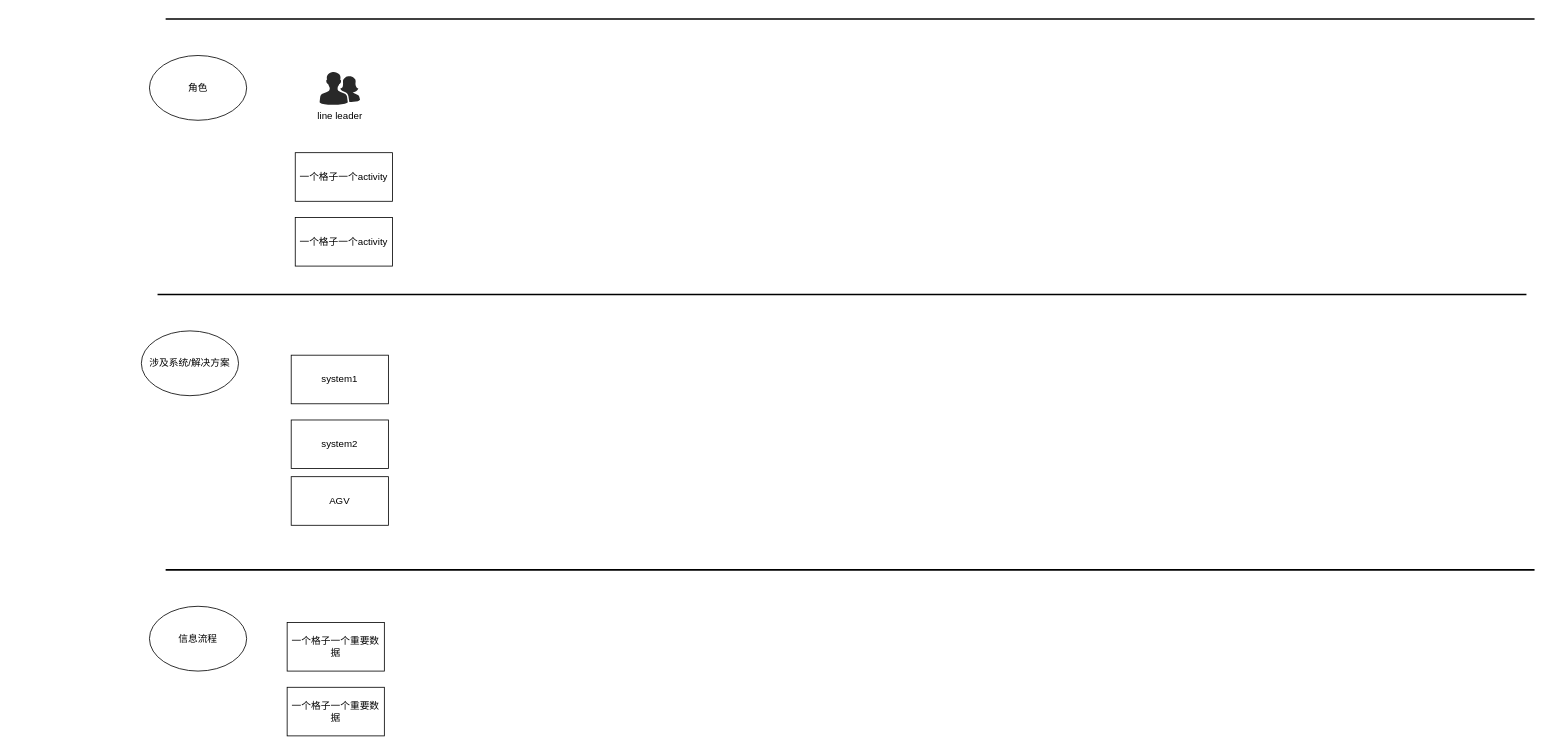
This is information_automation.drawio from shenliliaff/VTTJIT, a draw.io file, before an edit. Source tidied: cells renumbered, new cells numbered last; positions are measured from the earlier drawing's top-left corner, leaving out a move shared by most shapes. Both pictures are drawn from the tidied source at 81%, with x=0, y=0 at pixel (141, 15).
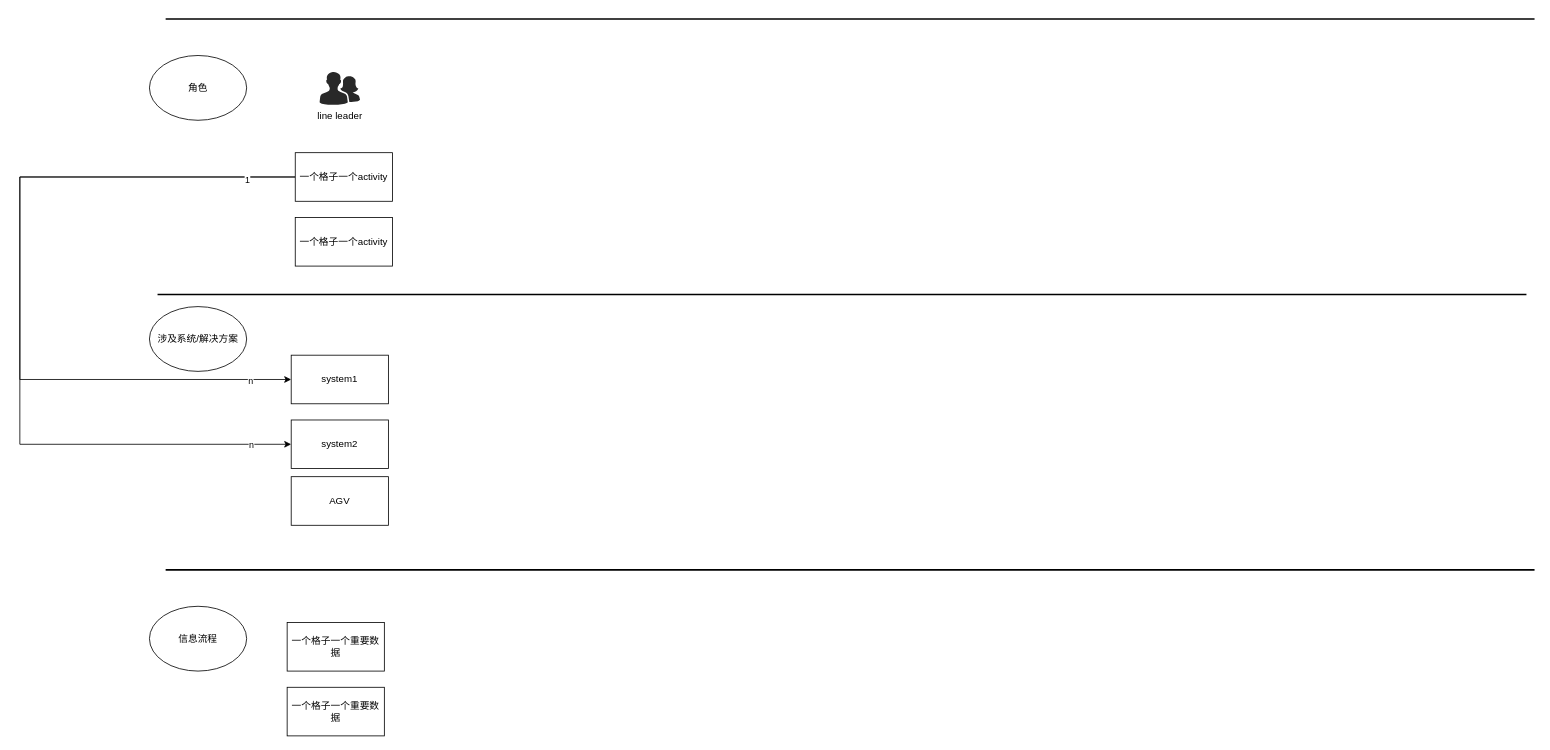
The same page after the edit.

Unchanged cells that the change refers to:
```xml
<mxCell id="5" value="一个格子一个activity" style="rounded=0;whiteSpace=wrap;html=1;" parent="1" vertex="1">
  <mxGeometry x="190" y="170" width="120" height="60" as="geometry" />
</mxCell>
<mxCell id="9" value="system1" style="rounded=0;whiteSpace=wrap;html=1;" parent="1" vertex="1">
  <mxGeometry x="185" y="420" width="120" height="60" as="geometry" />
</mxCell>
<mxCell id="10" value="system2" style="rounded=0;whiteSpace=wrap;html=1;" parent="1" vertex="1">
  <mxGeometry x="185" y="500" width="120" height="60" as="geometry" />
</mxCell>
```

Change to the diagram source:
```diff
@@
+    <mxCell id="16" style="edgeStyle=orthogonalEdgeStyle;rounded=0;jettySize=auto;html=1;entryX=0;entryY=0.5;entryDx=0;entryDy=0;" parent="1" edge="1" source="5" target="9">
+      <mxGeometry relative="1" as="geometry">
+        <Array as="points">
+          <mxPoint x="-150" y="200" />
+          <mxPoint x="-150" y="450" />
+        </Array>
+      </mxGeometry>
+    </mxCell>
+    <mxCell id="17" value="n" style="edgeLabel;html=1;align=center;verticalAlign=middle;" parent="16" vertex="1">
+      <mxGeometry x="0.89" y="-1" relative="1" as="geometry" />
+    </mxCell>
+    <mxCell id="18" style="edgeStyle=orthogonalEdgeStyle;rounded=0;jettySize=auto;html=1;entryX=0;entryY=0.5;entryDx=0;entryDy=0;" parent="1" edge="1" source="5" target="10">
+      <mxGeometry relative="1" as="geometry">
+        <Array as="points">
+          <mxPoint x="-150" y="200" />
+          <mxPoint x="-150" y="530" />
+        </Array>
+      </mxGeometry>
+    </mxCell>
+    <mxCell id="19" value="1" style="edgeLabel;html=1;align=center;verticalAlign=middle;" parent="18" vertex="1">
+      <mxGeometry x="-0.88" y="3" relative="1" as="geometry" />
+    </mxCell>
+    <mxCell id="20" value="n" style="edgeLabel;html=1;align=center;verticalAlign=middle;" parent="18" vertex="1">
+      <mxGeometry x="0.9" relative="1" as="geometry" />
+    </mxCell>
@@
     <mxCell id="8" value="涉及系统/解决方案" style="ellipse;whiteSpace=wrap;html=1;" parent="1" vertex="1">
-      <mxGeometry y="390" width="120" height="80" as="geometry" />
+      <mxGeometry x="10" y="360" width="120" height="80" as="geometry" />
     </mxCell>
```
